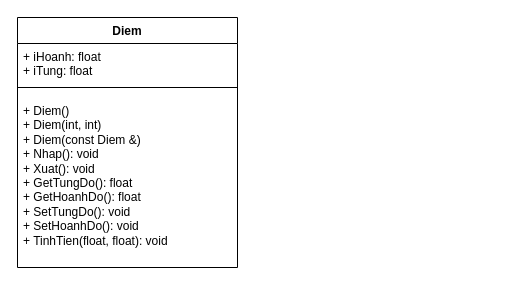
This is page "Page-4" (4 of 5) of Lab2/Diagram.drawio from miscitaofvh/IT002-ReportLabX, a draw.io file, before an edit. Source tidied: cells renumbered, new cells numbered last; positions are measured from the earlier drawing's top-left corner, leaving out a move shared by most shapes. Both pictures are drawn from the tidied source at 100%, with x=0, y=0 at pixel (17, 17).
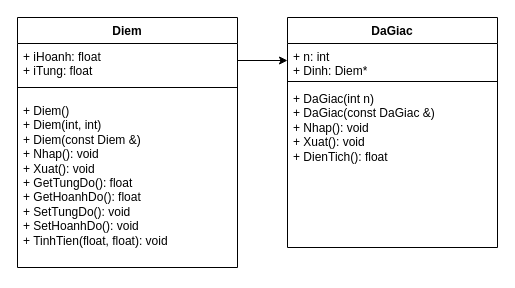
After the change.

Diff of the diagram source:
```diff
@@
 <mxGraphModel>
   <root>
     <mxCell id="0" />
     <mxCell id="1" parent="0" />
     <mxCell id="2" value="Diem" style="swimlane;fontStyle=1;align=center;verticalAlign=top;horizontal=1;startSize=26;whiteSpace=wrap;html=1;" parent="1" vertex="1">
       <mxGeometry width="220" height="250" as="geometry" />
     </mxCell>
     <mxCell id="3" value="+ iHoanh: float&lt;div&gt;+ iTung: float&lt;/div&gt;" style="text;strokeColor=none;fillColor=none;align=left;verticalAlign=top;spacingLeft=4;spacingRight=4;overflow=hidden;points=[[0,0.5],[1,0.5]];portConstraint=eastwest;whiteSpace=wrap;html=1;" parent="2" vertex="1">
       <mxGeometry y="26" width="220" height="34" as="geometry" />
     </mxCell>
     <mxCell id="4" style="line;strokeWidth=1;fillColor=none;align=left;verticalAlign=middle;spacingTop=-1;spacingLeft=3;spacingRight=3;labelPosition=right;strokeColor=inherit;" parent="2" vertex="1">
       <mxGeometry y="60" width="220" height="20" as="geometry" />
     </mxCell>
     <mxCell id="5" value="+ Diem()&lt;div&gt;+ Diem(int, int)&lt;/div&gt;&lt;div&gt;+ Diem(const Diem &amp;amp;)&lt;/div&gt;&lt;div&gt;+ Nhap(): void&lt;/div&gt;&lt;div&gt;+ Xuat(): void&lt;/div&gt;&lt;div&gt;+ GetTungDo(): float&lt;/div&gt;&lt;div&gt;+ GetHoanhDo(): float&lt;/div&gt;&lt;div&gt;+ SetTungDo(): void&lt;/div&gt;&lt;div&gt;+ SetHoanhDo(): void&lt;/div&gt;&lt;div&gt;+ TinhTien(float, float): void&lt;/div&gt;&lt;div&gt;&lt;br&gt;&lt;/div&gt;" style="text;strokeColor=none;fillColor=none;align=left;verticalAlign=top;spacingLeft=4;spacingRight=4;overflow=hidden;whiteSpace=wrap;html=1;" parent="2" vertex="1">
       <mxGeometry y="80" width="220" height="170" as="geometry" />
     </mxCell>
+    <mxCell id="6" value="DaGiac" style="swimlane;fontStyle=1;align=center;verticalAlign=top;horizontal=1;startSize=26;whiteSpace=wrap;html=1;" parent="1" vertex="1">
+      <mxGeometry x="270" width="210" height="230" as="geometry" />
+    </mxCell>
+    <mxCell id="7" value="+ n: int&lt;div&gt;+ Dinh: Diem*&lt;/div&gt;" style="text;strokeColor=none;fillColor=none;align=left;verticalAlign=top;spacingLeft=4;spacingRight=4;overflow=hidden;points=[[0,0.5],[1,0.5]];portConstraint=eastwest;whiteSpace=wrap;html=1;" parent="6" vertex="1">
+      <mxGeometry y="26" width="210" height="34" as="geometry" />
+    </mxCell>
+    <mxCell id="8" style="line;strokeWidth=1;fillColor=none;align=left;verticalAlign=middle;spacingTop=-1;spacingLeft=3;spacingRight=3;labelPosition=right;strokeColor=inherit;" parent="6" vertex="1">
+      <mxGeometry y="60" width="210" height="8" as="geometry" />
+    </mxCell>
+    <mxCell id="9" value="&lt;div&gt;+ DaGiac(int n)&lt;br&gt;+ DaGiac(const DaGiac &amp;amp;)&lt;br&gt;+ Nhap(): void&lt;br&gt;+ Xuat(): void&lt;br&gt;+ DienTich(): float&lt;br&gt;&lt;/div&gt;" style="text;strokeColor=none;fillColor=none;align=left;verticalAlign=top;spacingLeft=4;spacingRight=4;overflow=hidden;whiteSpace=wrap;html=1;" parent="6" vertex="1">
+      <mxGeometry y="68" width="210" height="162" as="geometry" />
+    </mxCell>
+    <mxCell id="10" style="edgeStyle=orthogonalEdgeStyle;rounded=0;jettySize=auto;html=1;exitX=1;exitY=0.5;exitDx=0;exitDy=0;entryX=0;entryY=0.5;entryDx=0;entryDy=0;" parent="1" edge="1" source="3" target="7">
+      <mxGeometry relative="1" as="geometry" />
+    </mxCell>
   </root>
 </mxGraphModel>
```
